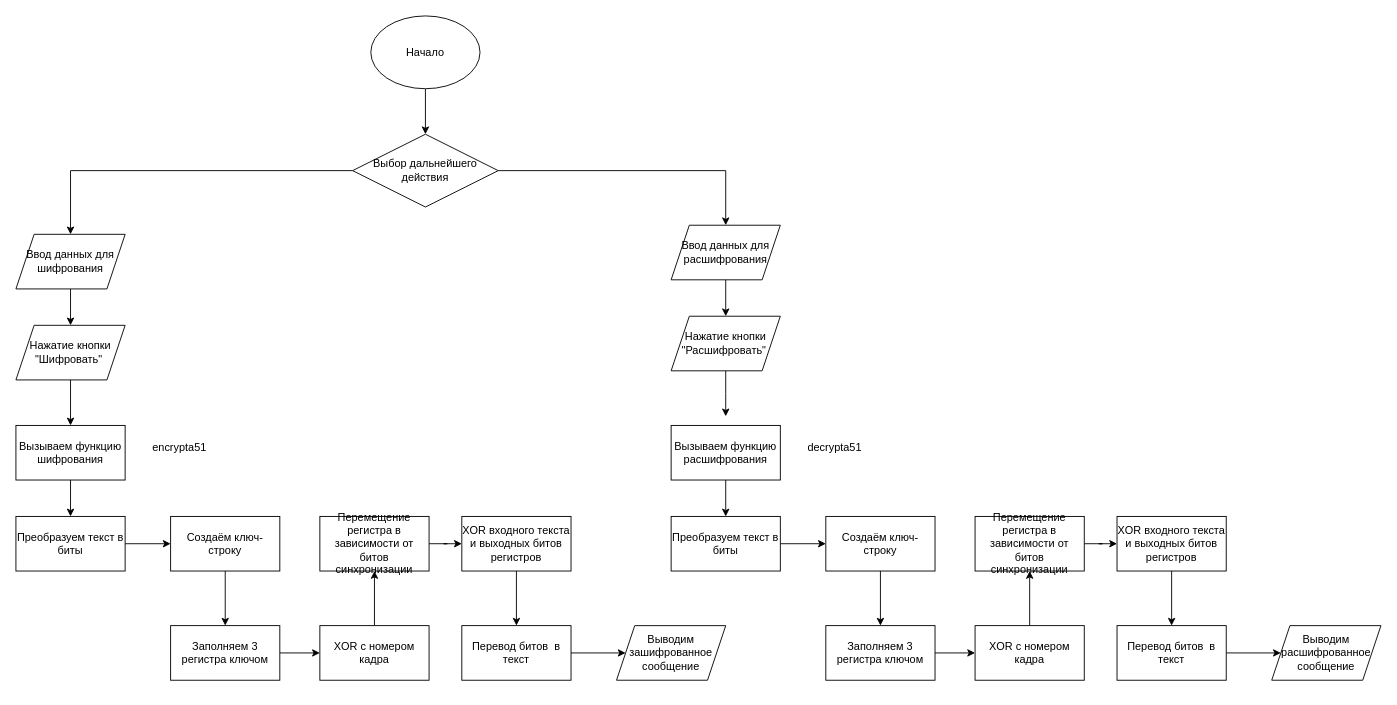
Earlier version of the draw.io diagram js/Схемы/atbash.drawio (Jesass351/crypto-2023). Source tidied: cells renumbered, new cells numbered last; positions are measured from the earlier drawing's top-left corner, leaving out a move shared by most shapes. Both pictures are drawn from the tidied source at 91%, with x=0, y=0 at pixel (15, 15).
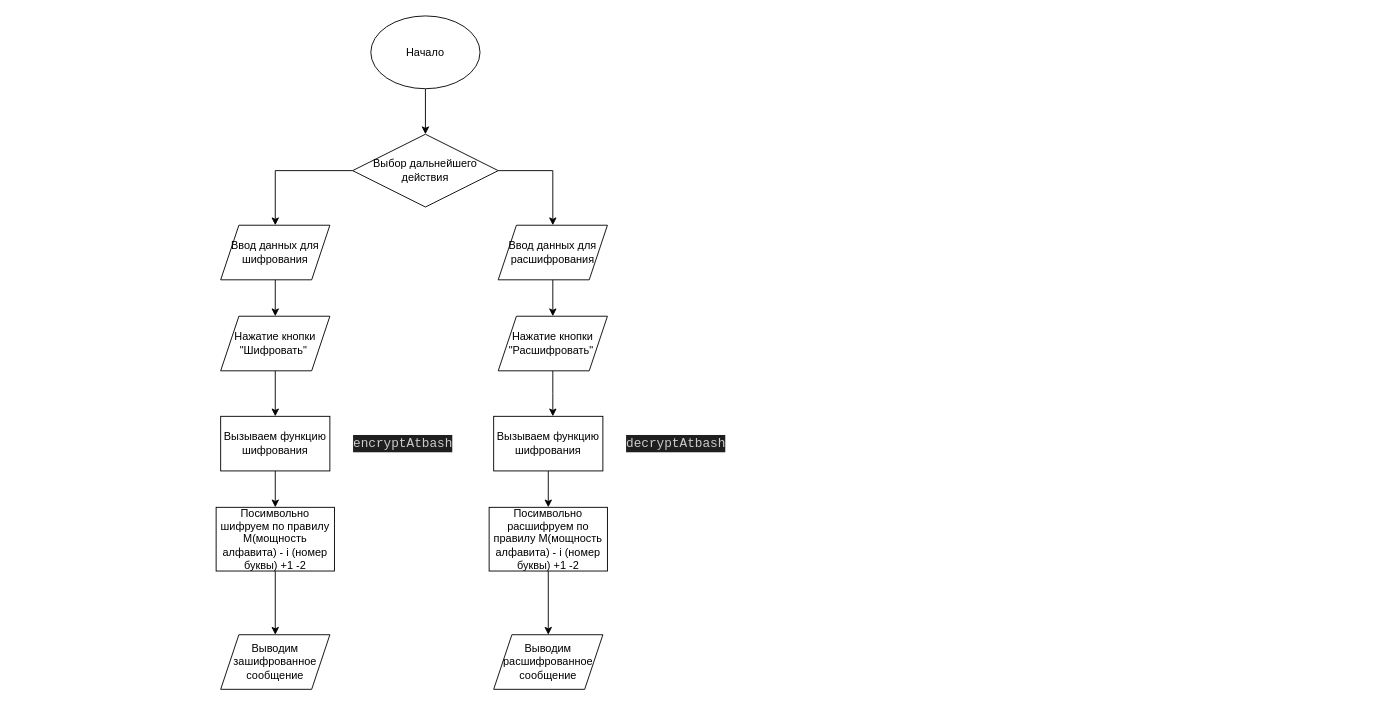
The same diagram, later.

Unchanged cells that the change refers to:
```xml
<mxCell id="6" value="Выбор дальнейшего действия" style="rhombus;whiteSpace=wrap;html=1;" parent="1" vertex="1">
  <mxGeometry x="370" y="130" width="160" height="80" as="geometry" />
</mxCell>
```

Diff of the diagram source:
```diff
@@
-    <mxCell id="5" style="edgeStyle=orthogonalEdgeStyle;rounded=0;jettySize=auto;html=1;" parent="1" edge="1" source="6" target="10">
+    <mxCell id="5" style="edgeStyle=orthogonalEdgeStyle;rounded=0;jettySize=auto;html=1;exitX=1;exitY=0.5;exitDx=0;exitDy=0;" parent="1" edge="1" source="6" target="10">
       <mxGeometry relative="1" as="geometry" />
     </mxCell>
@@
     <mxCell id="8" value="Ввод данных для шифрования" style="shape=parallelogram;perimeter=parallelogramPerimeter;whiteSpace=wrap;html=1;fixedSize=1;" parent="1" vertex="1">
-      <mxGeometry y="240" width="120" height="60" as="geometry" />
+      <mxGeometry x="225" y="230" width="120" height="60" as="geometry" />
     </mxCell>
@@
     <mxCell id="10" value="Ввод данных для расшифрования" style="shape=parallelogram;perimeter=parallelogramPerimeter;whiteSpace=wrap;html=1;fixedSize=1;" parent="1" vertex="1">
-      <mxGeometry x="720" y="230" width="120" height="60" as="geometry" />
+      <mxGeometry x="530" y="230" width="120" height="60" as="geometry" />
     </mxCell>
@@
     <mxCell id="12" value="Нажатие кнопки &quot;Шифровать&quot;&amp;nbsp;" style="shape=parallelogram;perimeter=parallelogramPerimeter;whiteSpace=wrap;html=1;fixedSize=1;" parent="1" vertex="1">
-      <mxGeometry y="340" width="120" height="60" as="geometry" />
+      <mxGeometry x="225" y="330" width="120" height="60" as="geometry" />
     </mxCell>
     <mxCell id="13" style="edgeStyle=orthogonalEdgeStyle;rounded=0;jettySize=auto;html=1;" parent="1" edge="1" source="14">
       <mxGeometry relative="1" as="geometry">
-        <mxPoint x="780" y="440" as="targetPoint" />
+        <mxPoint x="590" y="440" as="targetPoint" />
       </mxGeometry>
     </mxCell>
     <mxCell id="14" value="Нажатие кнопки &quot;Расшифровать&quot;&amp;nbsp;" style="shape=parallelogram;perimeter=parallelogramPerimeter;whiteSpace=wrap;html=1;fixedSize=1;" parent="1" vertex="1">
-      <mxGeometry x="720" y="330" width="120" height="60" as="geometry" />
+      <mxGeometry x="530" y="330" width="120" height="60" as="geometry" />
     </mxCell>
-    <mxCell id="15" style="edgeStyle=orthogonalEdgeStyle;rounded=0;jettySize=auto;html=1;" parent="1" edge="1" source="16" target="18">
-      <mxGeometry relative="1" as="geometry" />
+    <mxCell id="15" style="edgeStyle=orthogonalEdgeStyle;rounded=0;jettySize=auto;html=1;" parent="1" edge="1" source="16">
+      <mxGeometry relative="1" as="geometry">
+        <mxPoint x="285" y="540" as="targetPoint" />
+      </mxGeometry>
     </mxCell>
     <mxCell id="16" value="Вызываем функцию шифрования" style="rounded=0;whiteSpace=wrap;html=1;" parent="1" vertex="1">
-      <mxGeometry y="450" width="120" height="60" as="geometry" />
+      <mxGeometry x="225" y="440" width="120" height="60" as="geometry" />
     </mxCell>
-    <mxCell id="17" style="edgeStyle=orthogonalEdgeStyle;rounded=0;jettySize=auto;html=1;" parent="1" edge="1" source="18" target="21">
-      <mxGeometry relative="1" as="geometry" />
-    </mxCell>
-    <mxCell id="18" value="Преобразуем текст в биты" style="rounded=0;whiteSpace=wrap;html=1;" parent="1" vertex="1">
-      <mxGeometry y="550" width="120" height="60" as="geometry" />
-    </mxCell>
-    <mxCell id="19" value="encrypta51" style="text;html=1;align=center;verticalAlign=middle;whiteSpace=wrap;rounded=0;" parent="1" vertex="1">
-      <mxGeometry x="150" y="460" width="60" height="30" as="geometry" />
-    </mxCell>
-    <mxCell id="20" style="edgeStyle=orthogonalEdgeStyle;rounded=0;jettySize=auto;html=1;" parent="1" edge="1" source="21" target="23">
-      <mxGeometry relative="1" as="geometry" />
-    </mxCell>
-    <mxCell id="21" value="Создаём ключ-строку" style="rounded=0;whiteSpace=wrap;html=1;" parent="1" vertex="1">
-      <mxGeometry x="170" y="550" width="120" height="60" as="geometry" />
-    </mxCell>
-    <mxCell id="22" style="edgeStyle=orthogonalEdgeStyle;rounded=0;jettySize=auto;html=1;" parent="1" edge="1" source="23" target="25">
-      <mxGeometry relative="1" as="geometry" />
-    </mxCell>
-    <mxCell id="23" value="Заполняем 3 регистра ключом" style="rounded=0;whiteSpace=wrap;html=1;" parent="1" vertex="1">
-      <mxGeometry x="170" y="670" width="120" height="60" as="geometry" />
-    </mxCell>
-    <mxCell id="24" style="edgeStyle=orthogonalEdgeStyle;rounded=0;jettySize=auto;html=1;" parent="1" edge="1" source="25" target="27">
-      <mxGeometry relative="1" as="geometry" />
-    </mxCell>
-    <mxCell id="25" value="XOR с номером кадра" style="rounded=0;whiteSpace=wrap;html=1;" parent="1" vertex="1">
-      <mxGeometry x="334" y="670" width="120" height="60" as="geometry" />
-    </mxCell>
-    <mxCell id="26" style="edgeStyle=orthogonalEdgeStyle;rounded=0;jettySize=auto;html=1;" parent="1" edge="1" source="27" target="29">
-      <mxGeometry relative="1" as="geometry" />
-    </mxCell>
-    <mxCell id="27" value="Перемещение регистра в зависимости от битов синхронизации" style="rounded=0;whiteSpace=wrap;html=1;" parent="1" vertex="1">
-      <mxGeometry x="334" y="550" width="120" height="60" as="geometry" />
-    </mxCell>
-    <mxCell id="28" style="edgeStyle=orthogonalEdgeStyle;rounded=0;jettySize=auto;html=1;" parent="1" edge="1" source="29" target="31">
-      <mxGeometry relative="1" as="geometry" />
-    </mxCell>
-    <mxCell id="29" value="XOR входного текста и выходных битов регистров" style="rounded=0;whiteSpace=wrap;html=1;" parent="1" vertex="1">
-      <mxGeometry x="490" y="550" width="120" height="60" as="geometry" />
-    </mxCell>
-    <mxCell id="30" style="edgeStyle=orthogonalEdgeStyle;rounded=0;jettySize=auto;html=1;" parent="1" edge="1" source="31" target="32">
-      <mxGeometry relative="1" as="geometry" />
-    </mxCell>
-    <mxCell id="31" value="Перевод битов&amp;nbsp; в текст" style="rounded=0;whiteSpace=wrap;html=1;" parent="1" vertex="1">
-      <mxGeometry x="490" y="670" width="120" height="60" as="geometry" />
-    </mxCell>
+    <mxCell id="51" value="&lt;div style=&quot;color: rgb(204, 204, 204); background-color: rgb(31, 31, 31); font-family: Consolas, &amp;quot;Courier New&amp;quot;, monospace; font-size: 14px; line-height: 19px;&quot;&gt;encryptAtbash&lt;/div&gt;" style="text;html=1;align=center;verticalAlign=middle;strokeColor=none;fillColor=none;" parent="1" vertex="1">
+      <mxGeometry x="365" y="455" width="120" height="30" as="geometry" />
+    </mxCell>
+    <mxCell id="52" style="edgeStyle=orthogonalEdgeStyle;rounded=0;jettySize=auto;html=1;" parent="1" edge="1" source="53" target="32">
+      <mxGeometry relative="1" as="geometry" />
+    </mxCell>
+    <mxCell id="53" value="Посимвольно шифруем по правилу M(мощность алфавита) - i (номер буквы) +1 -2" style="whiteSpace=wrap;html=1;" parent="1" vertex="1">
+      <mxGeometry x="220" y="540" width="130" height="70" as="geometry" />
+    </mxCell>
-    <mxCell id="32" value="Выводим зашифрованное сообщение" style="shape=parallelogram;perimeter=parallelogramPerimeter;whiteSpace=wrap;html=1;fixedSize=1;rounded=0;" parent="1" vertex="1">
-      <mxGeometry x="660" y="670" width="120" height="60" as="geometry" />
+    <mxCell id="32" value="Выводим зашифрованное сообщение" style="shape=parallelogram;perimeter=parallelogramPerimeter;whiteSpace=wrap;html=1;fixedSize=1;" parent="1" vertex="1">
+      <mxGeometry x="225" y="680" width="120" height="60" as="geometry" />
     </mxCell>
-    <mxCell id="33" style="edgeStyle=orthogonalEdgeStyle;rounded=0;jettySize=auto;html=1;" parent="1" edge="1" source="34" target="36">
-      <mxGeometry relative="1" as="geometry" />
-    </mxCell>
-    <mxCell id="34" value="Вызываем функцию расшифрования" style="rounded=0;whiteSpace=wrap;html=1;" parent="1" vertex="1">
-      <mxGeometry x="720" y="450" width="120" height="60" as="geometry" />
-    </mxCell>
-    <mxCell id="35" style="edgeStyle=orthogonalEdgeStyle;rounded=0;jettySize=auto;html=1;" parent="1" edge="1" source="36" target="39">
-      <mxGeometry relative="1" as="geometry" />
-    </mxCell>
-    <mxCell id="36" value="Преобразуем текст в биты" style="rounded=0;whiteSpace=wrap;html=1;" parent="1" vertex="1">
-      <mxGeometry x="720" y="550" width="120" height="60" as="geometry" />
-    </mxCell>
-    <mxCell id="37" value="decrypta51" style="text;html=1;align=center;verticalAlign=middle;whiteSpace=wrap;rounded=0;" parent="1" vertex="1">
-      <mxGeometry x="870" y="460" width="60" height="30" as="geometry" />
-    </mxCell>
-    <mxCell id="38" style="edgeStyle=orthogonalEdgeStyle;rounded=0;jettySize=auto;html=1;" parent="1" edge="1" source="39" target="41">
-      <mxGeometry relative="1" as="geometry" />
-    </mxCell>
-    <mxCell id="39" value="Создаём ключ-строку" style="rounded=0;whiteSpace=wrap;html=1;" parent="1" vertex="1">
-      <mxGeometry x="890" y="550" width="120" height="60" as="geometry" />
-    </mxCell>
-    <mxCell id="40" style="edgeStyle=orthogonalEdgeStyle;rounded=0;jettySize=auto;html=1;" parent="1" edge="1" source="41" target="43">
-      <mxGeometry relative="1" as="geometry" />
-    </mxCell>
-    <mxCell id="41" value="Заполняем 3 регистра ключом" style="rounded=0;whiteSpace=wrap;html=1;" parent="1" vertex="1">
-      <mxGeometry x="890" y="670" width="120" height="60" as="geometry" />
-    </mxCell>
-    <mxCell id="42" style="edgeStyle=orthogonalEdgeStyle;rounded=0;jettySize=auto;html=1;" parent="1" edge="1" source="43" target="45">
-      <mxGeometry relative="1" as="geometry" />
-    </mxCell>
-    <mxCell id="43" value="XOR с номером кадра" style="rounded=0;whiteSpace=wrap;html=1;" parent="1" vertex="1">
-      <mxGeometry x="1054" y="670" width="120" height="60" as="geometry" />
-    </mxCell>
-    <mxCell id="44" style="edgeStyle=orthogonalEdgeStyle;rounded=0;jettySize=auto;html=1;" parent="1" edge="1" source="45" target="47">
-      <mxGeometry relative="1" as="geometry" />
-    </mxCell>
-    <mxCell id="45" value="Перемещение регистра в зависимости от битов синхронизации" style="rounded=0;whiteSpace=wrap;html=1;" parent="1" vertex="1">
-      <mxGeometry x="1054" y="550" width="120" height="60" as="geometry" />
-    </mxCell>
-    <mxCell id="46" style="edgeStyle=orthogonalEdgeStyle;rounded=0;jettySize=auto;html=1;" parent="1" edge="1" source="47" target="49">
-      <mxGeometry relative="1" as="geometry" />
-    </mxCell>
-    <mxCell id="47" value="XOR входного текста и выходных битов регистров" style="rounded=0;whiteSpace=wrap;html=1;" parent="1" vertex="1">
-      <mxGeometry x="1210" y="550" width="120" height="60" as="geometry" />
-    </mxCell>
-    <mxCell id="48" style="edgeStyle=orthogonalEdgeStyle;rounded=0;jettySize=auto;html=1;" parent="1" edge="1" source="49" target="50">
-      <mxGeometry relative="1" as="geometry" />
-    </mxCell>
-    <mxCell id="49" value="Перевод битов&amp;nbsp; в текст" style="rounded=0;whiteSpace=wrap;html=1;" parent="1" vertex="1">
-      <mxGeometry x="1210" y="670" width="120" height="60" as="geometry" />
-    </mxCell>
+    <mxCell id="54" style="edgeStyle=orthogonalEdgeStyle;rounded=0;jettySize=auto;html=1;" parent="1" edge="1" source="55">
+      <mxGeometry relative="1" as="geometry">
+        <mxPoint x="585" y="540" as="targetPoint" />
+      </mxGeometry>
+    </mxCell>
+    <mxCell id="55" value="Вызываем функцию шифрования" style="rounded=0;whiteSpace=wrap;html=1;" parent="1" vertex="1">
+      <mxGeometry x="525" y="440" width="120" height="60" as="geometry" />
+    </mxCell>
+    <mxCell id="56" value="&lt;div style=&quot;color: rgb(204, 204, 204); background-color: rgb(31, 31, 31); font-family: Consolas, &amp;quot;Courier New&amp;quot;, monospace; font-size: 14px; line-height: 19px;&quot;&gt;&lt;div style=&quot;line-height: 19px;&quot;&gt;decryptAtbash&lt;/div&gt;&lt;/div&gt;" style="text;html=1;align=center;verticalAlign=middle;strokeColor=none;fillColor=none;" parent="1" vertex="1">
+      <mxGeometry x="665" y="455" width="120" height="30" as="geometry" />
+    </mxCell>
+    <mxCell id="57" style="edgeStyle=orthogonalEdgeStyle;rounded=0;jettySize=auto;html=1;" parent="1" edge="1" source="58" target="50">
+      <mxGeometry relative="1" as="geometry" />
+    </mxCell>
+    <mxCell id="58" value="Посимвольно расшифруем по правилу M(мощность алфавита) - i (номер буквы) +1 -2" style="whiteSpace=wrap;html=1;" parent="1" vertex="1">
+      <mxGeometry x="520" y="540" width="130" height="70" as="geometry" />
+    </mxCell>
-    <mxCell id="50" value="Выводим расшифрованное сообщение" style="shape=parallelogram;perimeter=parallelogramPerimeter;whiteSpace=wrap;html=1;fixedSize=1;rounded=0;" parent="1" vertex="1">
-      <mxGeometry x="1380" y="670" width="120" height="60" as="geometry" />
+    <mxCell id="50" value="Выводим расшифрованное сообщение" style="shape=parallelogram;perimeter=parallelogramPerimeter;whiteSpace=wrap;html=1;fixedSize=1;" parent="1" vertex="1">
+      <mxGeometry x="525" y="680" width="120" height="60" as="geometry" />
     </mxCell>
```
